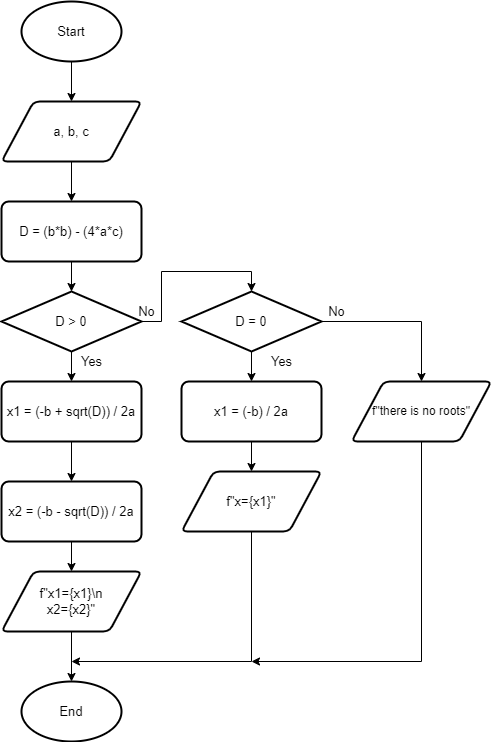
Above: Architecture1.1.drawio.png in SlayVic/Charts (draw.io), before the change. Source tidied: cells renumbered, new cells last; positions are measured from the earlier drawing's top-left corner, leaving out a move shared by most shapes.
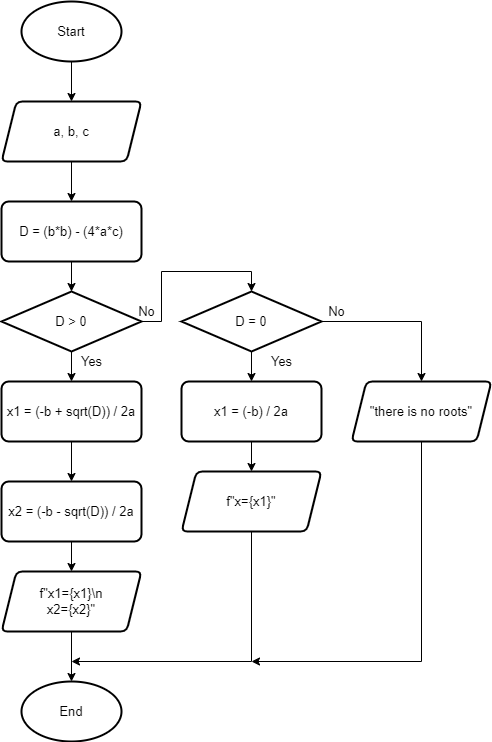
The same diagram one commit later.

The edit, as a diff of the source:
```diff
@@ -11,7 +11,7 @@
     <mxCell id="4" style="edgeStyle=orthogonalEdgeStyle;rounded=0;jettySize=auto;html=1;fontSize=13;" parent="1" edge="1" source="5" target="7">
       <mxGeometry relative="1" as="geometry" />
     </mxCell>
-    <mxCell id="5" value="a, b, c" style="shape=parallelogram;html=1;strokeWidth=2;perimeter=parallelogramPerimeter;whiteSpace=wrap;rounded=1;arcSize=12;size=0.23;fontSize=13;" parent="1" vertex="1">
+    <mxCell id="5" value="a, b, c" style="shape=parallelogram;html=1;strokeWidth=2;perimeter=parallelogramPerimeter;whiteSpace=wrap;rounded=1;arcSize=12;size=0.10714285714285714;fontSize=13;" parent="1" vertex="1">
       <mxGeometry y="100" width="140" height="60" as="geometry" />
     </mxCell>
     <mxCell id="6" style="edgeStyle=orthogonalEdgeStyle;rounded=0;jettySize=auto;html=1;exitX=0.5;exitY=1;exitDx=0;exitDy=0;entryX=0.5;entryY=0;entryDx=0;entryDy=0;entryPerimeter=0;fontSize=13;" parent="1" edge="1" source="7" target="16">
@@ -35,7 +35,7 @@
     <mxCell id="12" style="edgeStyle=orthogonalEdgeStyle;rounded=0;jettySize=auto;html=1;exitX=0.5;exitY=1;exitDx=0;exitDy=0;entryX=0.5;entryY=0;entryDx=0;entryDy=0;entryPerimeter=0;fontSize=12;" parent="1" edge="1" source="13" target="30">
       <mxGeometry relative="1" as="geometry" />
     </mxCell>
-    <mxCell id="13" value="f&quot;x1={x1}\n&lt;br style=&quot;font-size: 13px;&quot;&gt;x2={x2}&quot;" style="shape=parallelogram;html=1;strokeWidth=2;perimeter=parallelogramPerimeter;whiteSpace=wrap;rounded=1;arcSize=12;size=0.23;fontSize=13;" parent="1" vertex="1">
+    <mxCell id="13" value="f&quot;x1={x1}\n&lt;br style=&quot;font-size: 13px;&quot;&gt;x2={x2}&quot;" style="shape=parallelogram;html=1;strokeWidth=2;perimeter=parallelogramPerimeter;whiteSpace=wrap;rounded=1;arcSize=12;size=0.10714285714285714;fontSize=13;" parent="1" vertex="1">
       <mxGeometry y="570" width="140" height="60" as="geometry" />
     </mxCell>
     <mxCell id="14" style="edgeStyle=orthogonalEdgeStyle;rounded=0;jettySize=auto;html=1;exitX=0.5;exitY=1;exitDx=0;exitDy=0;exitPerimeter=0;entryX=0.5;entryY=0;entryDx=0;entryDy=0;fontSize=13;" parent="1" edge="1" source="16" target="9">
@@ -76,7 +76,7 @@
         </Array>
       </mxGeometry>
     </mxCell>
-    <mxCell id="25" value="f&quot;x={x1}&quot;" style="shape=parallelogram;html=1;strokeWidth=2;perimeter=parallelogramPerimeter;whiteSpace=wrap;rounded=1;arcSize=12;size=0.23;fontSize=13;" parent="1" vertex="1">
+    <mxCell id="25" value="f&quot;x={x1}&quot;" style="shape=parallelogram;html=1;strokeWidth=2;perimeter=parallelogramPerimeter;whiteSpace=wrap;rounded=1;arcSize=12;size=0.10714285714285714;fontSize=13;" parent="1" vertex="1">
       <mxGeometry x="180" y="470" width="140" height="60" as="geometry" />
     </mxCell>
     <mxCell id="26" style="edgeStyle=orthogonalEdgeStyle;rounded=0;jettySize=auto;html=1;exitX=0.5;exitY=1;exitDx=0;exitDy=0;fontSize=12;" parent="1" edge="1" source="27">
@@ -87,7 +87,7 @@
         </Array>
       </mxGeometry>
     </mxCell>
-    <mxCell id="27" value="f&quot;there is no roots&quot;" style="shape=parallelogram;html=1;strokeWidth=2;perimeter=parallelogramPerimeter;whiteSpace=wrap;rounded=1;arcSize=12;size=0.23;fontSize=12;" parent="1" vertex="1">
+    <mxCell id="27" value="&quot;there is no roots&quot;" style="shape=parallelogram;html=1;strokeWidth=2;perimeter=parallelogramPerimeter;whiteSpace=wrap;rounded=1;arcSize=12;size=0.10714285714285714;fontSize=13;" parent="1" vertex="1">
       <mxGeometry x="350" y="380" width="140" height="60" as="geometry" />
     </mxCell>
     <mxCell id="28" value="No" style="text;html=1;align=center;verticalAlign=middle;strokeColor=none;fillColor=none;fontSize=13;" parent="1" vertex="1">
```
